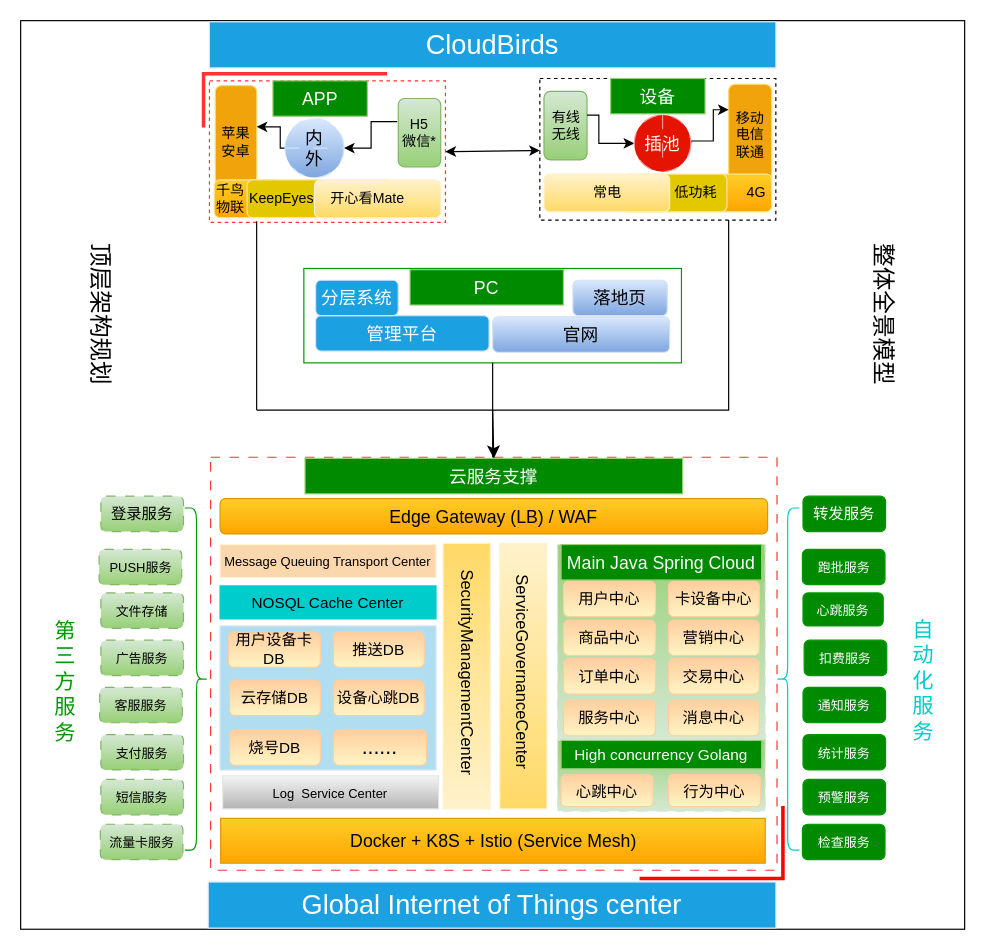
The draw.io diagram cloudbirds/整体全景模型.drawio in luoyongshun/framework, before the edit. Source tidied: cells renumbered, new cells numbered last; positions are measured from the earlier drawing's top-left corner, leaving out a move shared by most shapes. Both pictures are drawn from the tidied source at 118%, with x=0, y=0 at pixel (-31, 20).
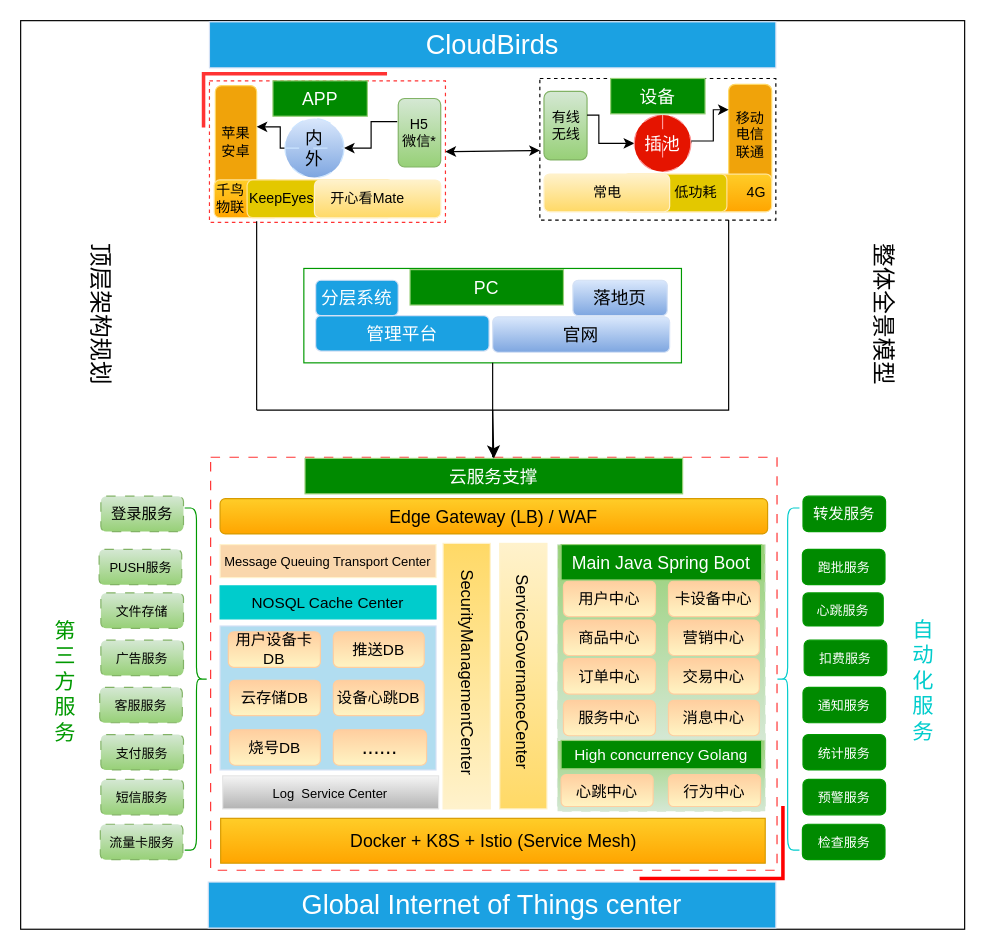
The same diagram, later.

Commit message:
更新整体全景模型.drawio

The edit, as a diff of the source:
```diff
@@
-    <mxCell id="85" value="Main Java Spring Cloud" style="text;html=1;align=center;verticalAlign=middle;whiteSpace=wrap;rounded=0;fontSize=15;fillColor=#008a00;fontColor=#ffffff;strokeColor=#97D077;" parent="1" vertex="1">
+    <mxCell id="85" value="Main Java Spring Boot" style="text;html=1;align=center;verticalAlign=middle;whiteSpace=wrap;rounded=0;fontSize=15;fillColor=#008a00;fontColor=#ffffff;strokeColor=#97D077;" parent="1" vertex="1">
       <mxGeometry x="501" y="444" width="170" height="30" as="geometry" />
     </mxCell>
```
